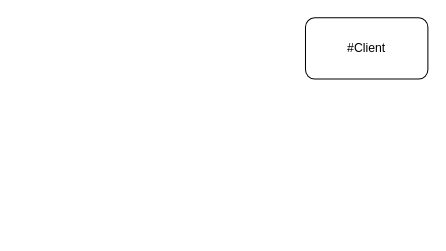
bonelira/c4 keeps this draw.io diagram as src/Example.drawio. Above is the earlier version. Source tidied: cells renumbered, new cells numbered last; positions are measured from the earlier drawing's top-left corner, leaving out a move shared by most shapes. Both pictures are drawn from the tidied source at 102%, with x=0, y=0 at pixel (305, 17).
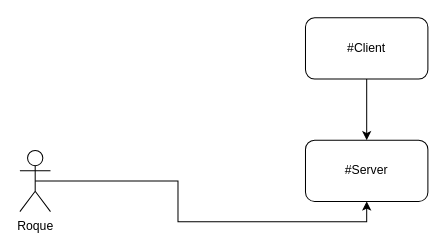
The same page after the edit.

What changed in the source:
```diff
@@
 <mxGraphModel>
   <root>
     <mxCell id="0" />
     <mxCell id="1" parent="0" />
+    <mxCell id="3" style="edgeStyle=orthogonalEdgeStyle;rounded=0;jettySize=auto;html=1;exitX=0.5;exitY=1;exitDx=0;exitDy=0;" parent="1" edge="1" source="2" target="4">
+      <mxGeometry relative="1" as="geometry" />
+    </mxCell>
     <mxCell id="2" value="#Client&lt;br&gt;" style="rounded=1;whiteSpace=wrap;html=1;" parent="1" vertex="1">
       <mxGeometry width="120" height="60" as="geometry" />
     </mxCell>
+    <mxCell id="4" value="#Server" style="rounded=1;whiteSpace=wrap;html=1;" parent="1" vertex="1">
+      <mxGeometry y="120" width="120" height="60" as="geometry" />
+    </mxCell>
+    <mxCell id="5" style="edgeStyle=orthogonalEdgeStyle;rounded=0;jettySize=auto;html=1;exitX=0.5;exitY=0.5;exitDx=0;exitDy=0;exitPerimeter=0;entryX=0.5;entryY=1;entryDx=0;entryDy=0;" parent="1" edge="1" source="6" target="4">
+      <mxGeometry relative="1" as="geometry" />
+    </mxCell>
+    <mxCell id="6" value="Roque" style="shape=umlActor;verticalLabelPosition=bottom;verticalAlign=top;html=1;outlineConnect=0;" parent="1" vertex="1">
+      <mxGeometry x="-280" y="130" width="30" height="60" as="geometry" />
+    </mxCell>
   </root>
 </mxGraphModel>
```
